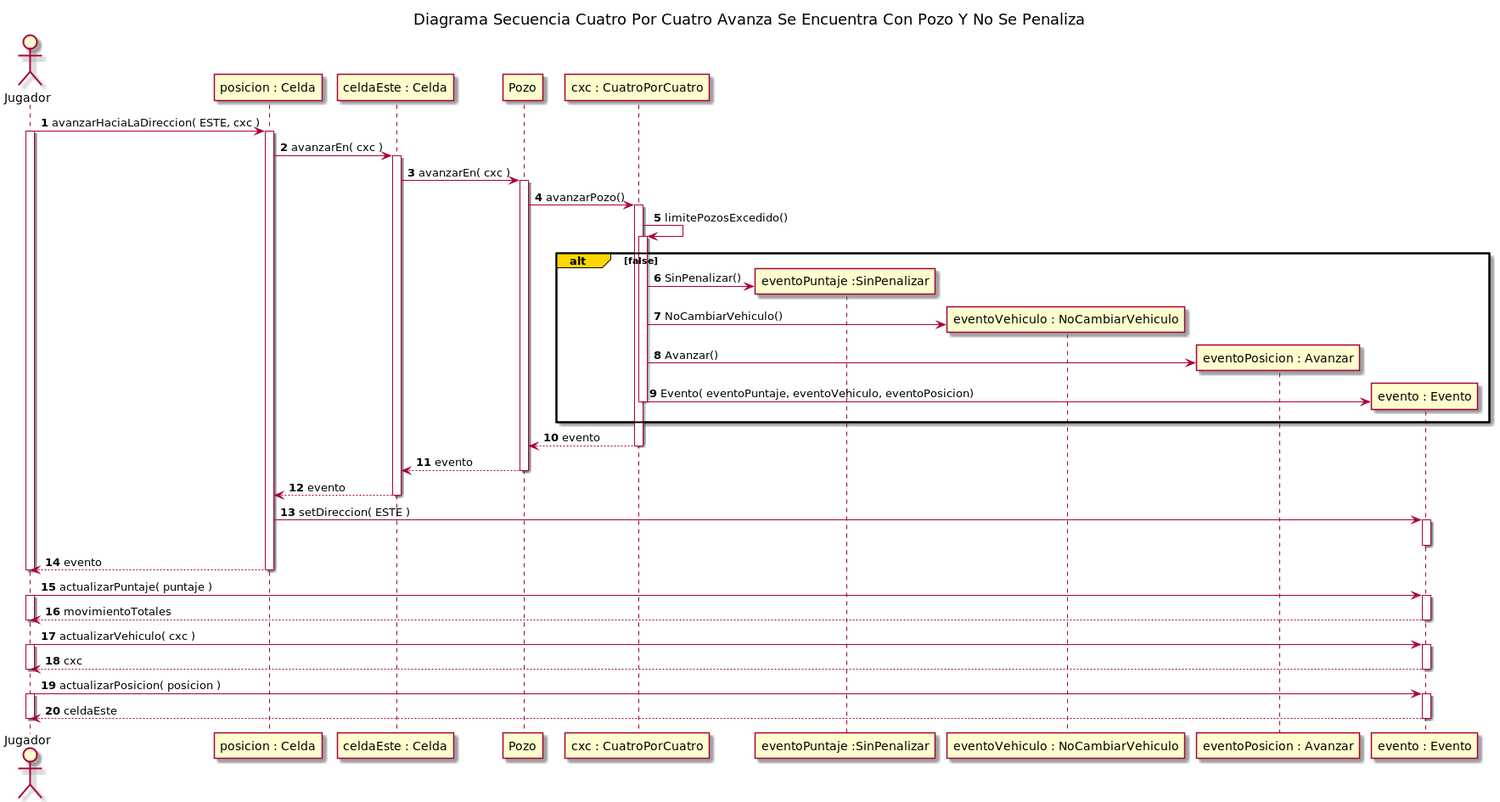
Before: diagrams/sequences/entrega1/actualizados/img/DiagramaSecuenciaCasoConPozoEnCuatroPorCuatro.png, a diagram exported from PlantUML (rodrigovzq/algo3_tp2).
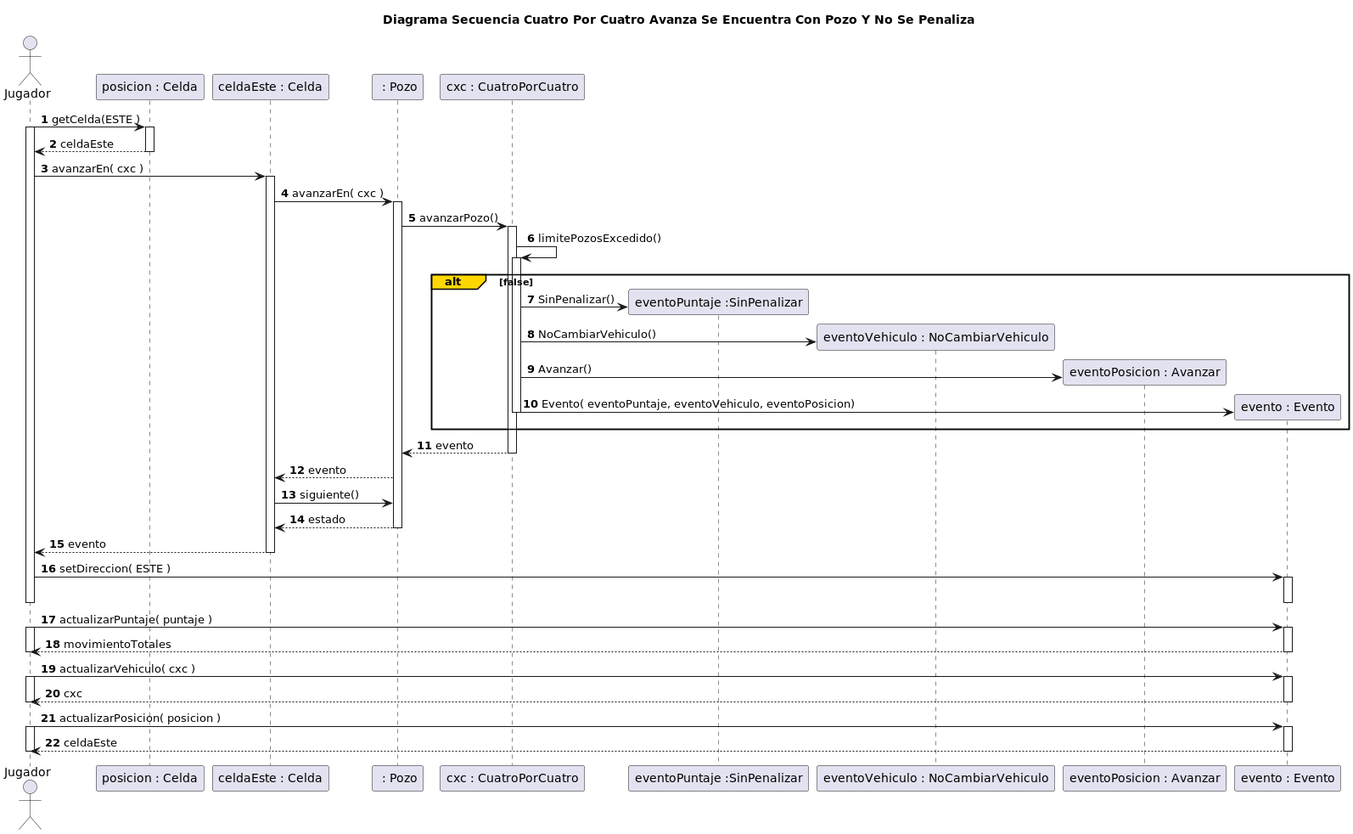
After the change.

The edit, as a diff of the source:
```diff
@@ -6,14 +6,17 @@
 
 actor Jugador
 
-Jugador -> "posicion : Celda"++: avanzarHaciaLaDireccion( ESTE, cxc )
+actor Jugador
 
+Jugador -> "posicion : Celda"++: getCelda(ESTE )
 activate Jugador
-"posicion : Celda" -> "celdaEste : Celda"++: avanzarEn( cxc )
+"posicion : Celda" --> Jugador: celdaEste
+deactivate "posicion : Celda"
+ Jugador -> "celdaEste : Celda"++: avanzarEn( cxc )
 
 
-"celdaEste : Celda" -> Pozo++: avanzarEn( cxc )
-Pozo -> "cxc : CuatroPorCuatro"++: avanzarPozo()
+"celdaEste : Celda" -> " : Pozo"++: avanzarEn( cxc )
+" : Pozo" -> "cxc : CuatroPorCuatro"++: avanzarPozo()
 
 
 
@@ -34,21 +37,22 @@
     deactivate "cxc : CuatroPorCuatro"
 end
 
-"cxc : CuatroPorCuatro" --> Pozo: evento
+"cxc : CuatroPorCuatro" --> " : Pozo": evento
 
 
 deactivate "cxc : CuatroPorCuatro"
 
-Pozo --> "celdaEste : Celda": evento
-deactivate Pozo
+" : Pozo" --> "celdaEste : Celda": evento
+"celdaEste : Celda" -> " : Pozo": siguiente()
+" : Pozo" --> "celdaEste : Celda": estado
+deactivate " : Pozo"
 
 
-"celdaEste : Celda" --> "posicion : Celda": evento
+"celdaEste : Celda" --> Jugador: evento
 deactivate "celdaEste : Celda"
 
-"posicion : Celda" -> "evento : Evento"++: setDireccion( ESTE )
+Jugador -> "evento : Evento"++: setDireccion( ESTE )
 deactivate "evento : Evento"
-"posicion : Celda" --> Jugador--: evento
 deactivate Jugador
 
 Jugador -> "evento : Evento"++: actualizarPuntaje( puntaje )
```
